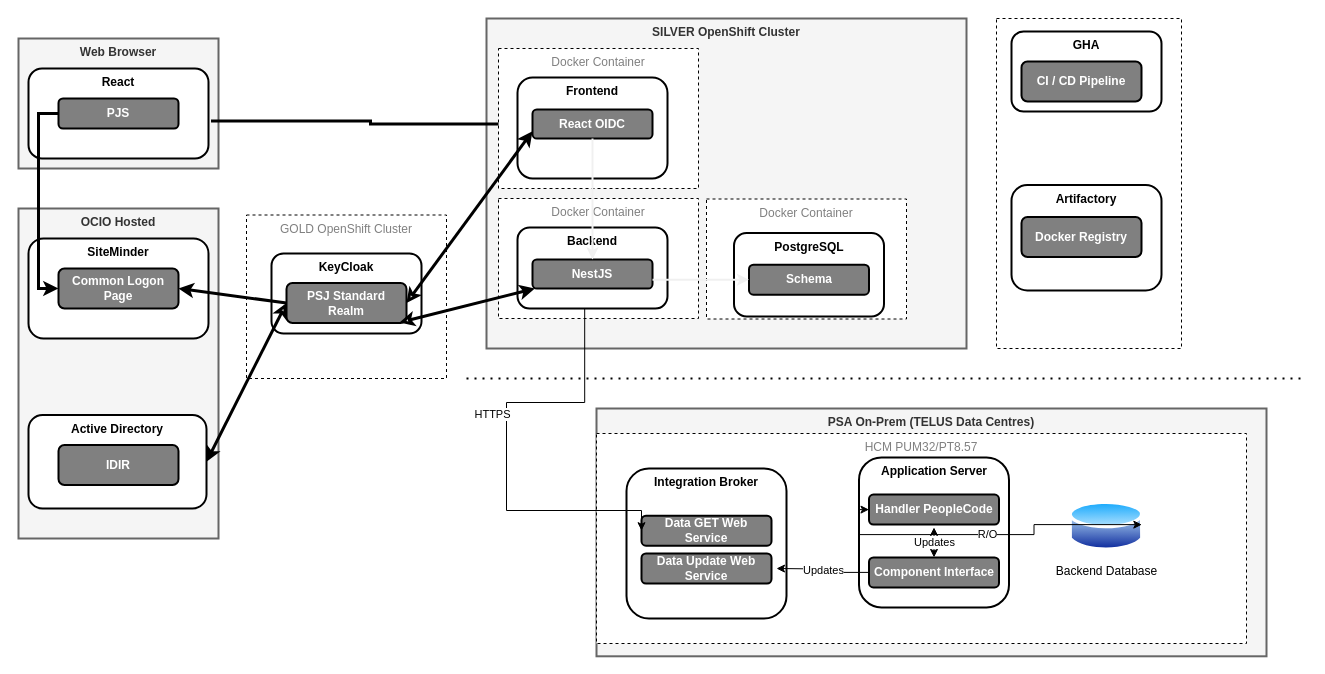
This is page "Current State (2023)" (1 of 5) of docs/architecture/architecture.drawio from bcgov/psa-job-store, a draw.io file, before an edit. Source tidied: cells renumbered, new cells numbered last; positions are measured from the earlier drawing's top-left corner, leaving out a move shared by most shapes. Both pictures are drawn from the tidied source at 100%, with x=0, y=0 at pixel (18, 18).
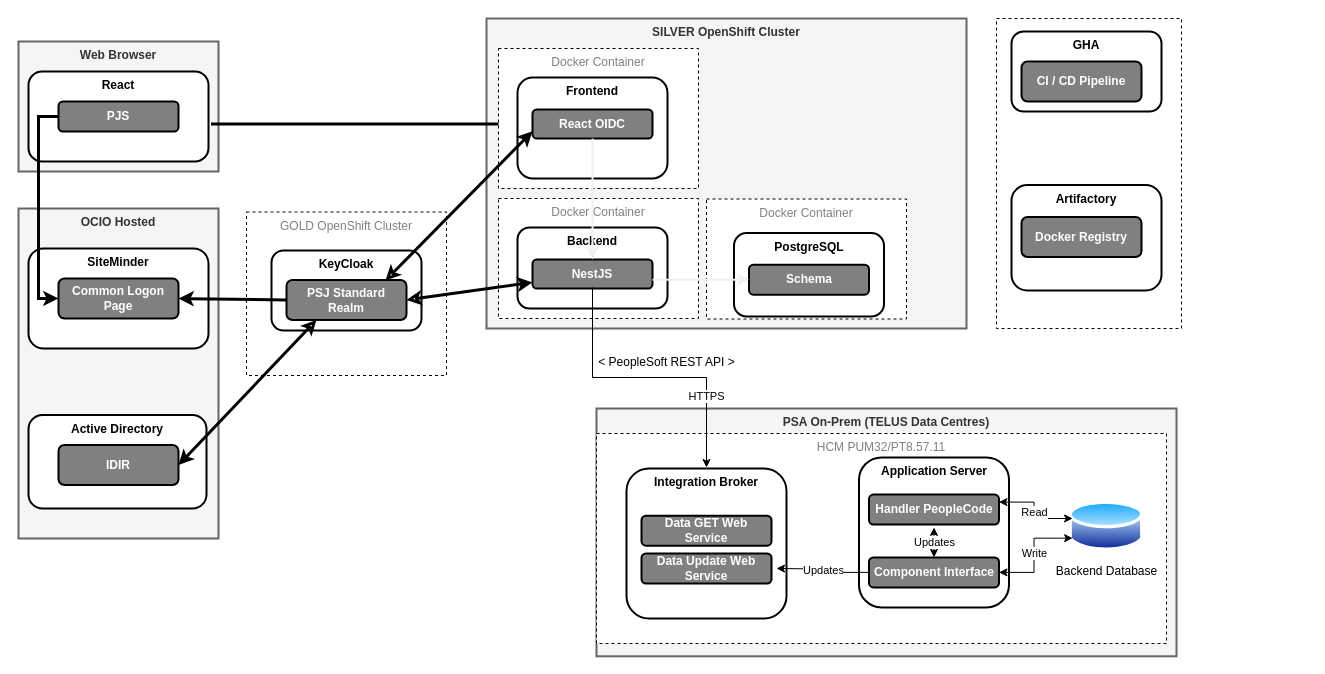
The same diagram, later.

Unchanged cells that the change refers to:
```xml
<mxCell id="17" value="Active Directory" style="rounded=1;whiteSpace=wrap;html=1;strokeWidth=2;verticalAlign=top;fontStyle=1;" parent="1" vertex="1">
  <mxGeometry x="10" y="396.5" width="178" height="93.5" as="geometry" />
</mxCell>
<mxCell id="18" value="IDIR" style="rounded=1;whiteSpace=wrap;html=1;strokeWidth=2;fillColor=#808080;fontColor=#FFFFFF;fontStyle=1;" parent="1" vertex="1">
  <mxGeometry x="40" y="426.5" width="120" height="40" as="geometry" />
</mxCell>
<mxCell id="23" value="React OIDC" style="rounded=1;whiteSpace=wrap;html=1;strokeWidth=2;fillColor=#808080;fontColor=#FFFFFF;fontStyle=1;" parent="1" vertex="1">
  <mxGeometry x="514" y="91" width="120" height="29" as="geometry" />
</mxCell>
<mxCell id="32" value="Backend" style="rounded=1;whiteSpace=wrap;html=1;strokeWidth=2;verticalAlign=top;fontStyle=1;" parent="1" vertex="1">
  <mxGeometry x="499" y="209" width="150" height="81" as="geometry" />
</mxCell>
<mxCell id="33" value="NestJS" style="rounded=1;whiteSpace=wrap;html=1;strokeWidth=2;fillColor=#808080;fontColor=#FFFFFF;fontStyle=1;" parent="1" vertex="1">
  <mxGeometry x="514" y="241" width="120" height="29" as="geometry" />
</mxCell>
<mxCell id="38" value="Backend Database" style="image;perimeter=ellipsePerimeter;html=1;align=center;shadow=0;dashed=0;spacingTop=3;image=img/lib/active_directory/database.svg;" parent="1" vertex="1">
  <mxGeometry x="1050.5" y="480" width="75" height="55.5" as="geometry" />
</mxCell>
<mxCell id="41" value="Handler PeopleCode" style="rounded=1;whiteSpace=wrap;html=1;strokeWidth=2;fillColor=#808080;fontColor=#FFFFFF;fontStyle=1;" parent="1" vertex="1">
  <mxGeometry x="850.5" y="476.1" width="130" height="30" as="geometry" />
</mxCell>
<mxCell id="42" value="Data GET Web Service" style="rounded=1;whiteSpace=wrap;html=1;strokeWidth=2;fillColor=#808080;fontColor=#FFFFFF;fontStyle=1;" parent="1" vertex="1">
  <mxGeometry x="623" y="497.2" width="130" height="30" as="geometry" />
</mxCell>
<mxCell id="46" value="Component Interface" style="rounded=1;whiteSpace=wrap;html=1;strokeWidth=2;fillColor=#808080;fontColor=#FFFFFF;fontStyle=1;" parent="1" vertex="1">
  <mxGeometry x="850.5" y="538.9" width="130" height="30" as="geometry" />
</mxCell>
```

Diff of the diagram source:
```diff
@@
     <mxCell id="2" style="rounded=0;whiteSpace=wrap;html=1;strokeWidth=1;fillColor=#FFFFFF;fontColor=#808080;dashed=1;verticalAlign=top;" parent="1" vertex="1">
-      <mxGeometry x="978" width="185" height="330" as="geometry" />
+      <mxGeometry x="978" width="185" height="310" as="geometry" />
     </mxCell>
     <mxCell id="3" value="Web Browser" style="rounded=0;whiteSpace=wrap;html=1;verticalAlign=top;fillColor=#f5f5f5;strokeColor=#666666;fontColor=#333333;strokeWidth=2;fontStyle=1;" parent="1" vertex="1">
-      <mxGeometry y="20" width="200" height="130" as="geometry" />
+      <mxGeometry y="23" width="200" height="130" as="geometry" />
     </mxCell>
     <mxCell id="4" value="React" style="rounded=1;whiteSpace=wrap;html=1;strokeWidth=2;verticalAlign=top;fontStyle=1;" parent="1" vertex="1">
-      <mxGeometry x="10" y="50" width="180" height="90" as="geometry" />
+      <mxGeometry x="10" y="53" width="180" height="90" as="geometry" />
     </mxCell>
     <mxCell id="5" value="PJS" style="rounded=1;whiteSpace=wrap;html=1;strokeWidth=2;fillColor=#808080;fontColor=#FFFFFF;fontStyle=1;" parent="1" vertex="1">
-      <mxGeometry x="40" y="80" width="120" height="30" as="geometry" />
+      <mxGeometry x="40" y="83" width="120" height="30" as="geometry" />
     </mxCell>
@@
     <mxCell id="7" value="SiteMinder" style="rounded=1;whiteSpace=wrap;html=1;strokeWidth=2;verticalAlign=top;fontStyle=1;" parent="1" vertex="1">
-      <mxGeometry x="10" y="220" width="180" height="100" as="geometry" />
+      <mxGeometry x="10" y="230" width="180" height="100" as="geometry" />
     </mxCell>
     <mxCell id="8" value="Common Logon Page" style="rounded=1;whiteSpace=wrap;html=1;strokeWidth=2;fillColor=#808080;fontColor=#FFFFFF;fontStyle=1;" parent="1" vertex="1">
-      <mxGeometry x="40" y="250" width="120" height="40" as="geometry" />
+      <mxGeometry x="40" y="260" width="120" height="40" as="geometry" />
     </mxCell>
@@
     <mxCell id="10" value="SILVER OpenShift Cluster" style="rounded=0;whiteSpace=wrap;html=1;verticalAlign=top;fillColor=#f5f5f5;strokeColor=#666666;fontColor=#333333;strokeWidth=2;fontStyle=1;" parent="1" vertex="1">
-      <mxGeometry x="468" width="480" height="330" as="geometry" />
+      <mxGeometry x="468" width="480" height="310" as="geometry" />
     </mxCell>
@@
     <mxCell id="12" value="GOLD OpenShift Cluster" style="rounded=0;whiteSpace=wrap;html=1;strokeWidth=1;fillColor=#FFFFFF;fontColor=#808080;dashed=1;verticalAlign=top;" parent="1" vertex="1">
-      <mxGeometry x="228" y="196.5" width="200" height="163.5" as="geometry" />
+      <mxGeometry x="228" y="193.5" width="200" height="163.5" as="geometry" />
     </mxCell>
     <mxCell id="13" value="KeyCloak" style="rounded=1;whiteSpace=wrap;html=1;strokeWidth=2;verticalAlign=top;fontStyle=1;" parent="1" vertex="1">
-      <mxGeometry x="253" y="235" width="150" height="80" as="geometry" />
+      <mxGeometry x="253" y="232" width="150" height="80" as="geometry" />
     </mxCell>
@@
     <mxCell id="15" value="PSJ Standard&lt;br&gt;Realm" style="rounded=1;whiteSpace=wrap;html=1;strokeWidth=2;fillColor=#808080;fontColor=#FFFFFF;fontStyle=1;" parent="1" vertex="1">
-      <mxGeometry x="268" y="264.5" width="120" height="40" as="geometry" />
+      <mxGeometry x="268" y="261.5" width="120" height="40" as="geometry" />
     </mxCell>
@@
-    <mxCell id="19" style="rounded=0;jettySize=auto;html=1;startArrow=classic;startFill=1;endArrow=classic;endFill=0;fontColor=#FFFFFF;entryX=0;entryY=0.5;entryDx=0;entryDy=0;strokeWidth=3;exitX=1;exitY=0.5;exitDx=0;exitDy=0;" parent="1" edge="1" source="17" target="15">
+    <mxCell id="19" style="rounded=0;jettySize=auto;html=1;startArrow=classic;startFill=1;endArrow=classic;endFill=0;fontColor=#FFFFFF;entryX=0.25;entryY=1;entryDx=0;entryDy=0;strokeWidth=3;exitX=1;exitY=0.5;exitDx=0;exitDy=0;" parent="1" edge="1" source="18" target="15">
       <mxGeometry relative="1" as="geometry" />
     </mxCell>
@@
-    <mxCell id="24" style="rounded=0;jettySize=auto;html=1;startArrow=classic;startFill=none;endArrow=classic;endFill=0;fontColor=#FFFFFF;entryX=1;entryY=0.5;entryDx=0;entryDy=0;strokeWidth=3;exitX=0;exitY=0.75;exitDx=0;exitDy=0;" parent="1" edge="1" source="23" target="15">
+    <mxCell id="24" style="rounded=0;jettySize=auto;html=1;startArrow=classic;startFill=none;endArrow=classic;endFill=0;fontColor=#FFFFFF;entryX=0.825;entryY=0.013;entryDx=0;entryDy=0;strokeWidth=3;exitX=0;exitY=0.75;exitDx=0;exitDy=0;entryPerimeter=0;" parent="1" edge="1" source="23" target="15">
       <mxGeometry relative="1" as="geometry" />
     </mxCell>
@@
     <mxCell id="35" value="PSA On-Prem (TELUS Data Centres)" style="rounded=0;whiteSpace=wrap;html=1;verticalAlign=top;fillColor=#f5f5f5;strokeColor=#666666;fontColor=#333333;strokeWidth=2;fontStyle=1;" parent="1" vertex="1">
-      <mxGeometry x="578" y="390" width="670" height="247.8" as="geometry" />
+      <mxGeometry x="578" y="390" width="580" height="247.8" as="geometry" />
     </mxCell>
-    <mxCell id="36" value="HCM&amp;nbsp;PUM32/PT8.57" style="rounded=0;whiteSpace=wrap;html=1;strokeWidth=1;fillColor=#FFFFFF;fontColor=#808080;dashed=1;verticalAlign=top;" parent="1" vertex="1">
-      <mxGeometry x="578" y="415" width="650" height="210" as="geometry" />
+    <mxCell id="36" value="HCM&amp;nbsp;PUM32/PT8.57.11" style="rounded=0;whiteSpace=wrap;html=1;strokeWidth=1;fillColor=#FFFFFF;fontColor=#808080;dashed=1;verticalAlign=top;" parent="1" vertex="1">
+      <mxGeometry x="578" y="415" width="570" height="210" as="geometry" />
     </mxCell>
@@
-    <mxCell id="43" value="HTTPS" style="endArrow=classic;html=1;rounded=0;entryX=0;entryY=0.5;entryDx=0;entryDy=0;exitX=0.448;exitY=1.003;exitDx=0;exitDy=0;exitPerimeter=0;edgeStyle=orthogonalEdgeStyle;" parent="1" edge="1" source="32" target="42">
-      <mxGeometry x="-0.16" y="-14" relative="1" as="geometry">
-        <Array as="points">
-          <mxPoint x="566" y="384" />
-          <mxPoint x="488" y="384" />
-          <mxPoint x="488" y="492" />
-          <mxPoint x="623" y="492" />
-        </Array>
-        <mxPoint y="1" as="offset" />
+    <mxCell id="43" value="HTTPS" style="endArrow=classic;html=1;rounded=0;exitX=0.5;exitY=1;exitDx=0;exitDy=0;edgeStyle=elbowEdgeStyle;elbow=vertical;entryX=0.5;entryY=0;entryDx=0;entryDy=0;" parent="1" edge="1">
+      <mxGeometry x="0.52" relative="1" as="geometry">
+        <mxPoint x="574" y="269" as="sourcePoint" />
+        <mxPoint x="688" y="449" as="targetPoint" />
       </mxGeometry>
     </mxCell>
@@
-    <mxCell id="47" value="R/O" style="endArrow=classic;startArrow=classic;html=1;rounded=0;entryX=0;entryY=0.5;entryDx=0;entryDy=0;exitX=0.971;exitY=0.471;exitDx=0;exitDy=0;exitPerimeter=0;edgeStyle=orthogonalEdgeStyle;" parent="1" edge="1" source="38" target="41">
+    <mxCell id="47" value="Read" style="endArrow=classic;startArrow=classic;html=1;rounded=0;entryX=1;entryY=0.25;entryDx=0;entryDy=0;exitX=0.048;exitY=0.36;exitDx=0;exitDy=0;edgeStyle=orthogonalEdgeStyle;exitPerimeter=0;" parent="1" edge="1" source="38" target="41">
       <mxGeometry relative="1" as="geometry" />
     </mxCell>
@@
-    <mxCell id="49" style="rounded=0;jettySize=auto;html=1;startArrow=classic;startFill=none;endArrow=classic;endFill=0;fontColor=#FFFFFF;entryX=0.942;entryY=0.988;entryDx=0;entryDy=0;strokeWidth=3;entryPerimeter=0;" parent="1" edge="1" source="33" target="15">
+    <mxCell id="49" style="rounded=0;jettySize=auto;html=1;startArrow=classic;startFill=none;endArrow=classic;endFill=0;fontColor=#FFFFFF;entryX=1;entryY=0.5;entryDx=0;entryDy=0;strokeWidth=3;" parent="1" edge="1" source="33" target="15">
       <mxGeometry relative="1" as="geometry" />
     </mxCell>
-    <mxCell id="50" style="endArrow=none;dashed=1;html=1;dashPattern=1 3;strokeWidth=2;rounded=0;" parent="1" edge="1">
-      <mxGeometry relative="1" as="geometry">
-        <mxPoint x="448" y="360" as="sourcePoint" />
-        <mxPoint x="1288" y="360" as="targetPoint" />
-      </mxGeometry>
-    </mxCell>
+    <mxCell id="51" value="&lt;font style=&quot;font-size: 12px; font-weight: normal;&quot;&gt;&amp;lt; PeopleSoft REST API &amp;gt;&lt;/font&gt;" style="text;strokeColor=none;fillColor=none;html=1;fontSize=24;fontStyle=1;verticalAlign=middle;align=center;" parent="1" vertex="1">
+      <mxGeometry x="598" y="320" width="100" height="40" as="geometry" />
+    </mxCell>
+    <mxCell id="52" value="Write" style="endArrow=classic;startArrow=classic;html=1;rounded=0;entryX=1;entryY=0.5;entryDx=0;entryDy=0;exitX=0;exitY=0.75;exitDx=0;exitDy=0;edgeStyle=orthogonalEdgeStyle;" parent="1" edge="1" source="38" target="46">
+      <mxGeometry relative="1" as="geometry" />
+    </mxCell>
```
